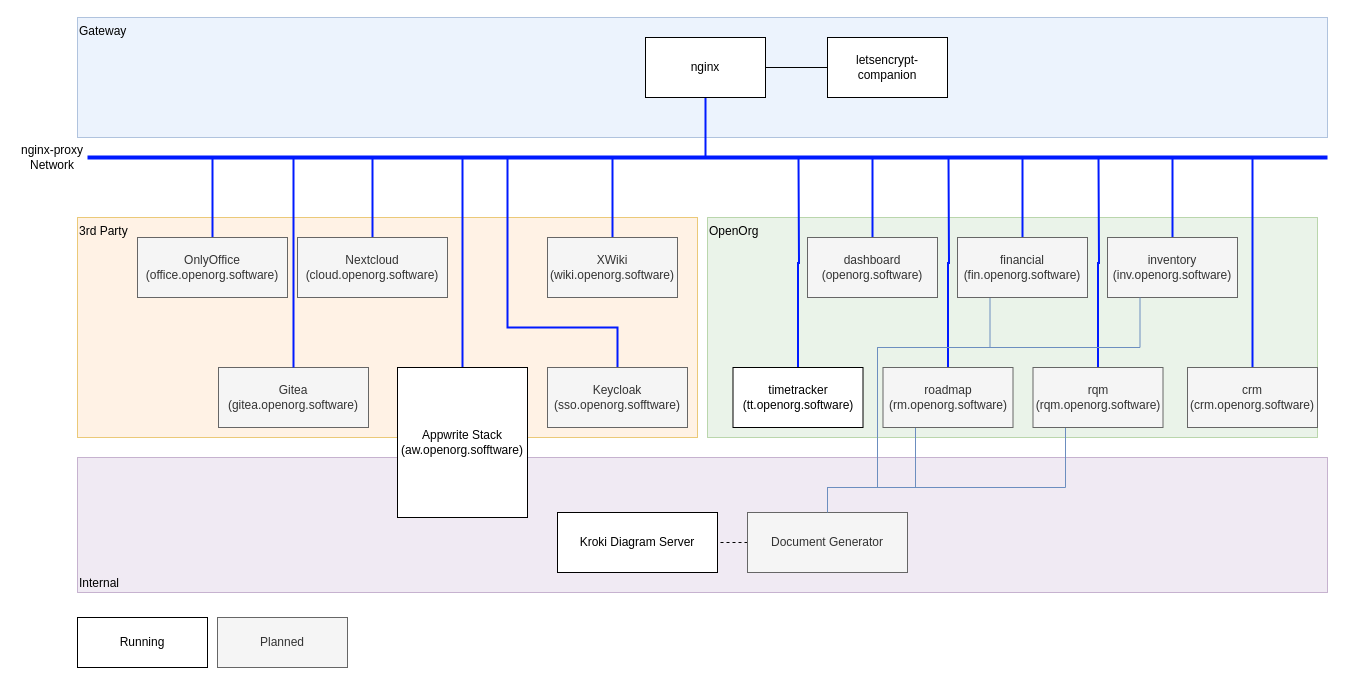
openorg-software/openorg-docker-compose keeps this draw.io diagram as .drawings/overview.drawio. Above is the earlier version. Source tidied: cells renumbered, new cells numbered last; positions are measured from the earlier drawing's top-left corner, leaving out a move shared by most shapes. Both pictures are drawn from the tidied source at 100%, with x=0, y=0 at pixel (17, 17).
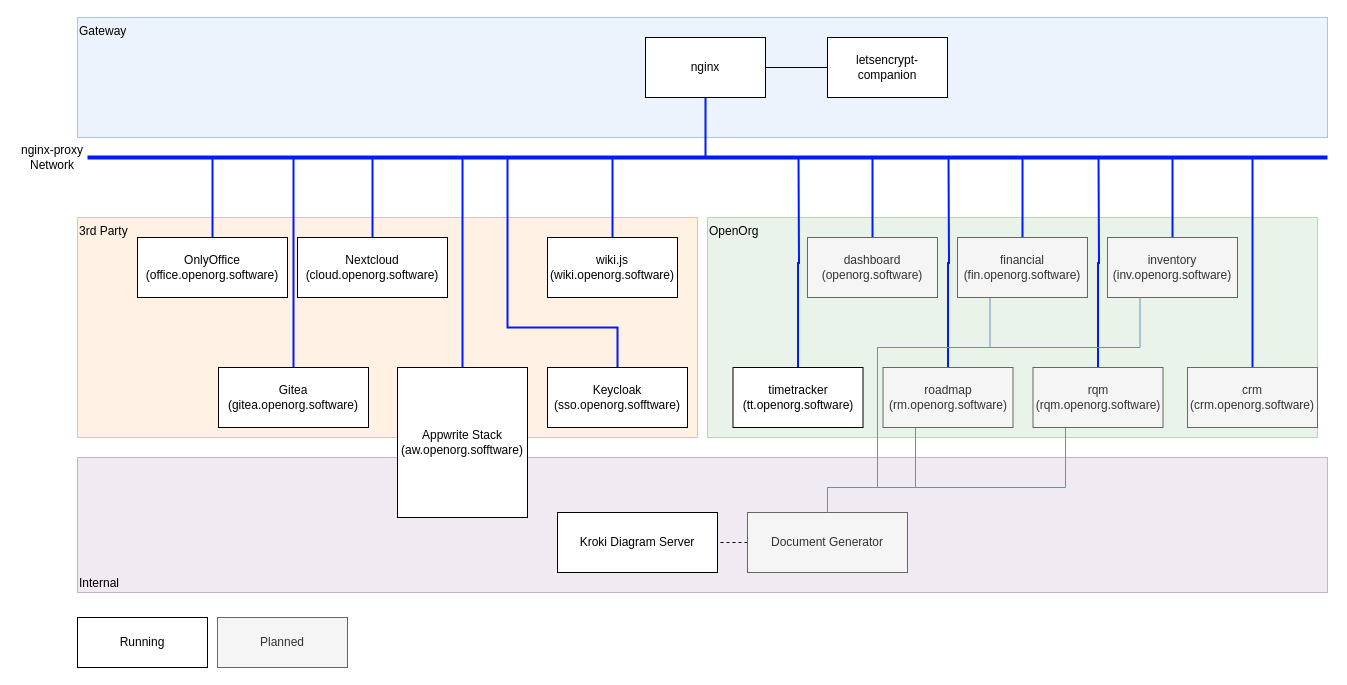
The same diagram, later.

Commit message (it also covers changes not shown here):
update overview drawing

The edit, as a diff of the source:
```diff
@@
-    <mxCell id="15" value="Keycloak&lt;br&gt;(sso.openorg.sofftware)" style="rounded=0;whiteSpace=wrap;html=1;fillColor=#f5f5f5;strokeColor=#666666;fontColor=#333333;" parent="1" vertex="1">
+    <mxCell id="15" value="Keycloak&lt;br&gt;(sso.openorg.sofftware)" style="rounded=0;whiteSpace=wrap;html=1;" parent="1" vertex="1">
       <mxGeometry x="530" y="350" width="140" height="60" as="geometry" />
     </mxCell>
@@
-    <mxCell id="37" value="XWiki&lt;br&gt;(wiki.openorg.software)" style="rounded=0;whiteSpace=wrap;html=1;fillColor=#f5f5f5;strokeColor=#666666;fontColor=#333333;" parent="1" vertex="1">
+    <mxCell id="37" value="wiki.js&lt;br&gt;(wiki.openorg.software)" style="rounded=0;whiteSpace=wrap;html=1;" parent="1" vertex="1">
       <mxGeometry x="530" y="220" width="130" height="60" as="geometry" />
     </mxCell>
@@
-    <mxCell id="40" value="Nextcloud&lt;br&gt;(cloud.openorg.software)" style="rounded=0;whiteSpace=wrap;html=1;fillColor=#f5f5f5;strokeColor=#666666;fontColor=#333333;" parent="1" vertex="1">
+    <mxCell id="40" value="Nextcloud&lt;br&gt;(cloud.openorg.software)" style="rounded=0;whiteSpace=wrap;html=1;" parent="1" vertex="1">
       <mxGeometry x="280" y="220" width="150" height="60" as="geometry" />
     </mxCell>
@@
-    <mxCell id="42" value="OnlyOffice&lt;br&gt;(office.openorg.software)" style="rounded=0;whiteSpace=wrap;html=1;fillColor=#f5f5f5;strokeColor=#666666;fontColor=#333333;" parent="1" vertex="1">
+    <mxCell id="42" value="OnlyOffice&lt;br&gt;(office.openorg.software)" style="rounded=0;whiteSpace=wrap;html=1;" parent="1" vertex="1">
       <mxGeometry x="120" y="220" width="150" height="60" as="geometry" />
     </mxCell>
@@
-    <mxCell id="45" value="Gitea&lt;br&gt;(gitea.openorg.software)" style="rounded=0;whiteSpace=wrap;html=1;fillColor=#f5f5f5;strokeColor=#666666;fontColor=#333333;" parent="1" vertex="1">
+    <mxCell id="45" value="Gitea&lt;br&gt;(gitea.openorg.software)" style="rounded=0;whiteSpace=wrap;html=1;" parent="1" vertex="1">
       <mxGeometry x="201" y="350" width="150" height="60" as="geometry" />
     </mxCell>
```
